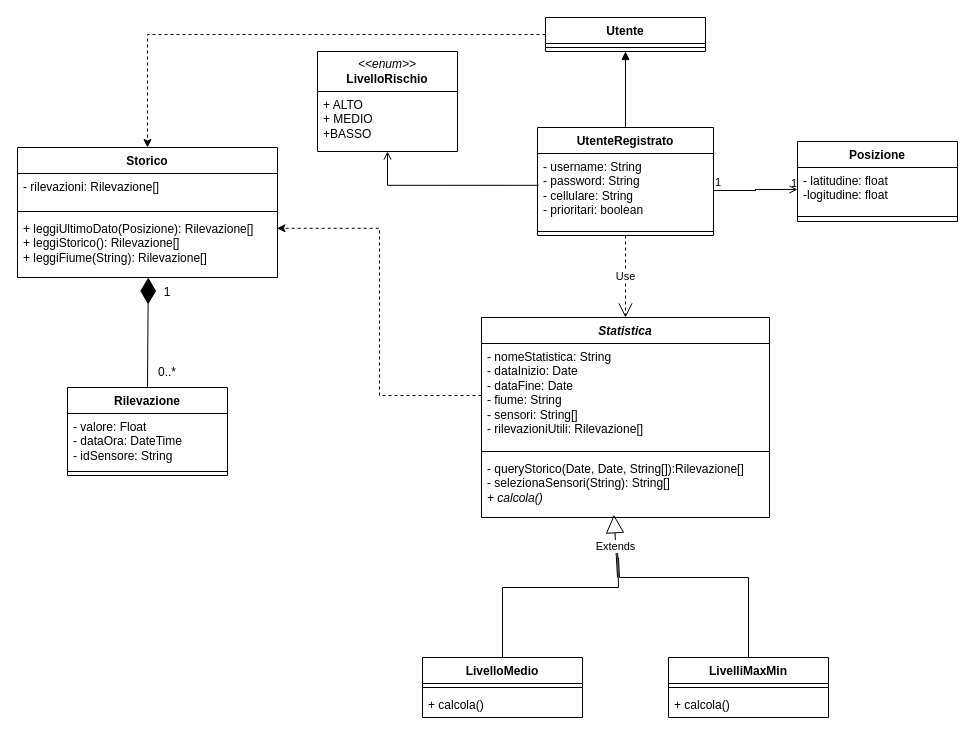
The draw.io diagram DominioUtenteSpec.drawio in MirkoTonelli/Ing, before the edit. Source tidied: cells renumbered, new cells numbered last; positions are measured from the earlier drawing's top-left corner, leaving out a move shared by most shapes. Both pictures are drawn from the tidied source at 100%, with x=0, y=0 at pixel (17, 17).
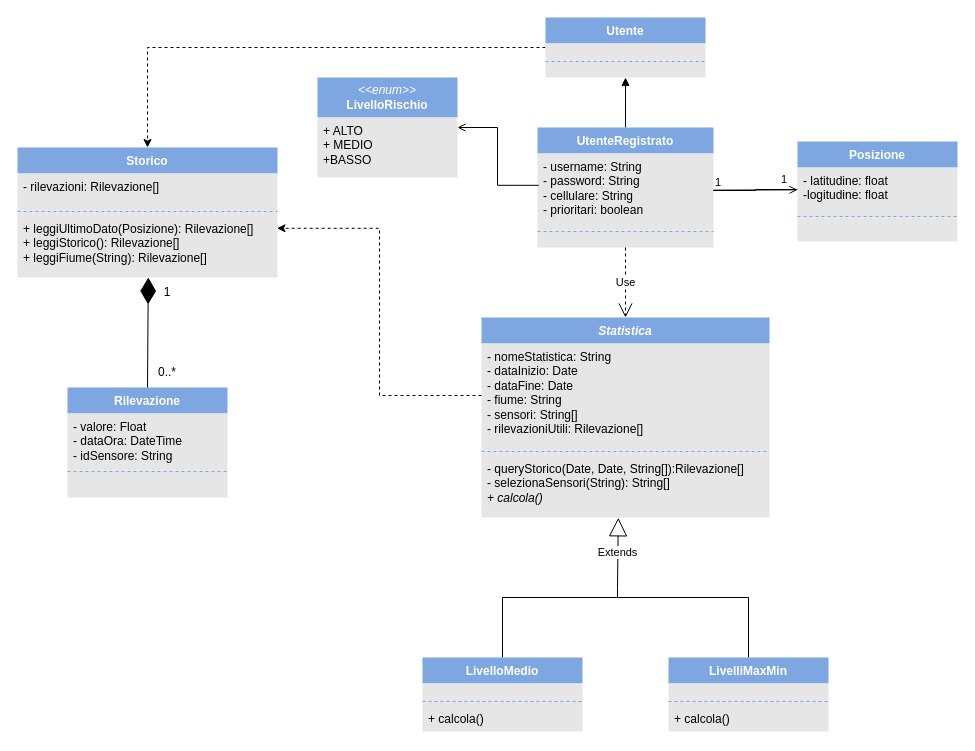
The same page after the edit.

The change refers to these unchanged cells:
```xml
<mxCell id="7" value="- username: String&lt;div&gt;- password: String&lt;/div&gt;&lt;div&gt;- cellulare: String&lt;/div&gt;&lt;div&gt;- prioritari: boolean&lt;/div&gt;" style="text;strokeColor=none;fillColor=none;align=left;verticalAlign=top;spacingLeft=4;spacingRight=4;overflow=hidden;points=[[0,0.5],[1,0.5]];portConstraint=eastwest;whiteSpace=wrap;html=1;" parent="6" vertex="1">
  <mxGeometry y="26" width="176" height="74" as="geometry" />
</mxCell>
<mxCell id="9" style="endArrow=none;html=1;edgeStyle=orthogonalEdgeStyle;rounded=0;exitX=1;exitY=0.5;exitDx=0;exitDy=0;entryX=0;entryY=0.5;entryDx=0;entryDy=0;" parent="1" edge="1" source="7" target="13">
  <mxGeometry relative="1" as="geometry" />
</mxCell>
<mxCell id="13" value="- latitudine: float&lt;div&gt;-logitudine: float&lt;/div&gt;" style="text;strokeColor=none;fillColor=none;align=left;verticalAlign=top;spacingLeft=4;spacingRight=4;overflow=hidden;points=[[0,0.5],[1,0.5]];portConstraint=eastwest;whiteSpace=wrap;html=1;" parent="12" vertex="1">
  <mxGeometry y="26" width="160" height="44" as="geometry" />
</mxCell>
<mxCell id="19" value="&lt;div&gt;- queryStorico(Date, Date, String[]):Rilevazione[]&lt;/div&gt;&lt;div&gt;- selezionaSensori(String): String[]&lt;/div&gt;&lt;i&gt;+ calcola()&lt;/i&gt;&lt;div&gt;&lt;i&gt;&lt;br&gt;&lt;/i&gt;&lt;/div&gt;" style="text;strokeColor=none;fillColor=none;align=left;verticalAlign=top;spacingLeft=4;spacingRight=4;overflow=hidden;points=[[0,0.5],[1,0.5]];portConstraint=eastwest;whiteSpace=wrap;html=1;" parent="16" vertex="1">
  <mxGeometry y="138" width="288" height="62" as="geometry" />
</mxCell>
```

Change to the diagram source:
```diff
@@
-    <mxCell id="3" value="Utente" style="swimlane;fontStyle=1;align=center;verticalAlign=top;horizontal=1;startSize=26;whiteSpace=wrap;html=1;" parent="1" vertex="1">
-      <mxGeometry x="528" width="160" height="34" as="geometry" />
+    <mxCell id="3" value="Utente" style="swimlane;fontStyle=1;align=center;verticalAlign=top;horizontal=1;startSize=26;whiteSpace=wrap;html=1;fillColor=#7EA6E0;swimlaneFillColor=#E6E6E6;fontColor=#FFFFFF;strokeColor=none;" parent="1" vertex="1">
+      <mxGeometry x="528" width="160" height="60" as="geometry" />
     </mxCell>
+    <mxCell id="44" style="line;strokeWidth=1;fillColor=none;align=left;verticalAlign=middle;spacingTop=-1;spacingLeft=3;spacingRight=3;labelPosition=right;strokeColor=none;dashed=1;" parent="3" vertex="1">
+      <mxGeometry y="26" width="160" height="14" as="geometry" />
+    </mxCell>
-    <mxCell id="4" style="line;strokeWidth=1;fillColor=none;align=left;verticalAlign=middle;spacingTop=-1;spacingLeft=3;spacingRight=3;labelPosition=right;strokeColor=inherit;" parent="3" vertex="1">
-      <mxGeometry y="26" width="160" height="8" as="geometry" />
+    <mxCell id="4" style="line;strokeWidth=1;fillColor=none;align=left;verticalAlign=middle;spacingTop=-1;spacingLeft=3;spacingRight=3;labelPosition=right;strokeColor=#7EA6E0;dashed=1;" parent="3" vertex="1">
+      <mxGeometry y="40" width="160" height="8" as="geometry" />
     </mxCell>
+    <mxCell id="45" style="line;strokeWidth=1;fillColor=none;align=left;verticalAlign=middle;spacingTop=-1;spacingLeft=3;spacingRight=3;labelPosition=right;strokeColor=none;dashed=1;" parent="3" vertex="1">
+      <mxGeometry y="48" width="160" height="12" as="geometry" />
+    </mxCell>
@@
-    <mxCell id="6" value="UtenteRegistrato" style="swimlane;fontStyle=1;align=center;verticalAlign=top;horizontal=1;startSize=26;whiteSpace=wrap;html=1;" parent="1" vertex="1">
-      <mxGeometry x="520" y="110" width="176" height="108" as="geometry" />
+    <mxCell id="6" value="UtenteRegistrato" style="swimlane;fontStyle=1;align=center;verticalAlign=top;horizontal=1;startSize=26;whiteSpace=wrap;html=1;fillColor=#7EA6E0;swimlaneFillColor=#E6E6E6;fontColor=#FFFFFF;strokeColor=none;" parent="1" vertex="1">
+      <mxGeometry x="520" y="110" width="176" height="120" as="geometry" />
     </mxCell>
@@
+    <mxCell id="46" style="line;strokeWidth=1;fillColor=none;align=left;verticalAlign=middle;spacingTop=-1;spacingLeft=3;spacingRight=3;labelPosition=right;strokeColor=#7EA6E0;dashed=1;" parent="6" vertex="1">
+      <mxGeometry y="100" width="176" height="8" as="geometry" />
+    </mxCell>
-    <mxCell id="8" style="line;strokeWidth=1;fillColor=none;align=left;verticalAlign=middle;spacingTop=-1;spacingLeft=3;spacingRight=3;labelPosition=right;strokeColor=inherit;" parent="6" vertex="1">
-      <mxGeometry y="100" width="176" height="8" as="geometry" />
+    <mxCell id="8" style="line;strokeWidth=1;fillColor=none;align=left;verticalAlign=middle;spacingTop=-1;spacingLeft=3;spacingRight=3;labelPosition=right;strokeColor=none;dashed=1;" parent="6" vertex="1">
+      <mxGeometry y="108" width="176" height="12" as="geometry" />
     </mxCell>
@@
     <mxCell id="11" value="1" style="edgeLabel;html=1;align=right;verticalAlign=bottom;" parent="9" vertex="1">
       <mxGeometry x="1" relative="1" as="geometry">
-        <mxPoint y="2" as="offset" />
+        <mxPoint x="-10" y="-2" as="offset" />
       </mxGeometry>
     </mxCell>
-    <mxCell id="12" value="Posizione" style="swimlane;fontStyle=1;align=center;verticalAlign=top;horizontal=1;startSize=26;whiteSpace=wrap;html=1;" parent="1" vertex="1">
-      <mxGeometry x="780" y="124" width="160" height="80" as="geometry" />
+    <mxCell id="12" value="Posizione" style="swimlane;fontStyle=1;align=center;verticalAlign=top;horizontal=1;startSize=26;whiteSpace=wrap;html=1;fillColor=#7EA6E0;swimlaneFillColor=#E6E6E6;fontColor=#FFFFFF;strokeColor=none;" parent="1" vertex="1">
+      <mxGeometry x="780" y="124" width="160" height="100" as="geometry" />
     </mxCell>
@@
-    <mxCell id="14" style="line;strokeWidth=1;fillColor=none;align=left;verticalAlign=middle;spacingTop=-1;spacingLeft=3;spacingRight=3;labelPosition=right;strokeColor=inherit;" parent="12" vertex="1">
+    <mxCell id="14" style="line;strokeWidth=1;fillColor=none;align=left;verticalAlign=middle;spacingTop=-1;spacingLeft=3;spacingRight=3;labelPosition=right;strokeColor=#7EA6E0;dashed=1;" parent="12" vertex="1">
       <mxGeometry y="70" width="160" height="10" as="geometry" />
     </mxCell>
+    <mxCell id="47" style="line;strokeWidth=1;fillColor=none;align=left;verticalAlign=middle;spacingTop=-1;spacingLeft=3;spacingRight=3;labelPosition=right;strokeColor=none;dashed=1;" parent="12" vertex="1">
+      <mxGeometry y="80" width="160" height="20" as="geometry" />
+    </mxCell>
@@
-    <mxCell id="16" value="&lt;i&gt;Statistica&lt;/i&gt;" style="swimlane;fontStyle=1;align=center;verticalAlign=top;horizontal=1;startSize=26;whiteSpace=wrap;html=1;" parent="1" vertex="1">
+    <mxCell id="16" value="&lt;i&gt;Statistica&lt;/i&gt;" style="swimlane;fontStyle=1;align=center;verticalAlign=top;horizontal=1;startSize=26;whiteSpace=wrap;html=1;fillColor=#7EA6E0;swimlaneFillColor=#E6E6E6;fontColor=#FFFFFF;strokeColor=none;" parent="1" vertex="1">
       <mxGeometry x="464" y="300" width="288" height="200" as="geometry" />
     </mxCell>
@@
-    <mxCell id="18" style="line;strokeWidth=1;fillColor=none;align=left;verticalAlign=middle;spacingTop=-1;spacingLeft=3;spacingRight=3;labelPosition=right;strokeColor=inherit;" parent="16" vertex="1">
+    <mxCell id="18" style="line;strokeWidth=1;fillColor=none;align=left;verticalAlign=middle;spacingTop=-1;spacingLeft=3;spacingRight=3;labelPosition=right;strokeColor=#7EA6E0;dashed=1;" parent="16" vertex="1">
       <mxGeometry y="130" width="288" height="8" as="geometry" />
     </mxCell>
@@
-    <mxCell id="20" value="Storico" style="swimlane;fontStyle=1;align=center;verticalAlign=top;horizontal=1;startSize=26;whiteSpace=wrap;html=1;" parent="1" vertex="1">
+    <mxCell id="20" value="Storico" style="swimlane;fontStyle=1;align=center;verticalAlign=top;horizontal=1;startSize=26;whiteSpace=wrap;html=1;fillColor=#7EA6E0;swimlaneFillColor=#E6E6E6;fontColor=#FFFFFF;strokeColor=none;" parent="1" vertex="1">
       <mxGeometry y="130" width="260" height="130" as="geometry" />
     </mxCell>
@@
-    <mxCell id="22" style="line;strokeWidth=1;fillColor=none;align=left;verticalAlign=middle;spacingTop=-1;spacingLeft=3;spacingRight=3;labelPosition=right;strokeColor=inherit;" parent="20" vertex="1">
+    <mxCell id="22" style="line;strokeWidth=1;fillColor=none;align=left;verticalAlign=middle;spacingTop=-1;spacingLeft=3;spacingRight=3;labelPosition=right;strokeColor=#7EA6E0;dashed=1;" parent="20" vertex="1">
       <mxGeometry y="60" width="260" height="8" as="geometry" />
     </mxCell>
@@
-    <mxCell id="24" value="Rilevazione" style="swimlane;fontStyle=1;align=center;verticalAlign=top;horizontal=1;startSize=26;whiteSpace=wrap;html=1;" parent="1" vertex="1">
-      <mxGeometry x="50" y="370" width="160" height="88" as="geometry" />
+    <mxCell id="24" value="Rilevazione" style="swimlane;fontStyle=1;align=center;verticalAlign=top;horizontal=1;startSize=26;whiteSpace=wrap;html=1;fillColor=#7EA6E0;swimlaneFillColor=#E6E6E6;fontColor=#FFFFFF;strokeColor=none;" parent="1" vertex="1">
+      <mxGeometry x="50" y="370" width="160" height="110" as="geometry" />
     </mxCell>
@@
+    <mxCell id="48" style="line;strokeWidth=1;fillColor=none;align=left;verticalAlign=middle;spacingTop=-1;spacingLeft=3;spacingRight=3;labelPosition=right;strokeColor=#7EA6E0;dashed=1;" parent="24" vertex="1">
+      <mxGeometry y="80" width="160" height="8" as="geometry" />
+    </mxCell>
-    <mxCell id="26" style="line;strokeWidth=1;fillColor=none;align=left;verticalAlign=middle;spacingTop=-1;spacingLeft=3;spacingRight=3;labelPosition=right;strokeColor=inherit;" parent="24" vertex="1">
-      <mxGeometry y="80" width="160" height="8" as="geometry" />
+    <mxCell id="26" style="line;strokeWidth=1;fillColor=none;align=left;verticalAlign=middle;spacingTop=-1;spacingLeft=3;spacingRight=3;labelPosition=right;strokeColor=none;dashed=1;" parent="24" vertex="1">
+      <mxGeometry y="88" width="160" height="22" as="geometry" />
     </mxCell>
@@
-    <mxCell id="28" style="edgeStyle=orthogonalEdgeStyle;rounded=0;jettySize=auto;html=1;endArrow=none;startFill=0;" parent="1" edge="1" source="29">
-      <mxGeometry relative="1" as="geometry">
-        <mxPoint x="600" y="530" as="targetPoint" />
-        <Array as="points">
-          <mxPoint x="485" y="570" />
-          <mxPoint x="601" y="570" />
-        </Array>
-      </mxGeometry>
-    </mxCell>
+    <mxCell id="49" style="edgeStyle=orthogonalEdgeStyle;rounded=0;jettySize=auto;html=1;endArrow=none;startFill=0;" parent="1" edge="1" source="29">
+      <mxGeometry relative="1" as="geometry">
+        <mxPoint x="600" y="570" as="targetPoint" />
+        <Array as="points">
+          <mxPoint x="485" y="580" />
+          <mxPoint x="600" y="580" />
+        </Array>
+      </mxGeometry>
+    </mxCell>
-    <mxCell id="29" value="LivelloMedio" style="swimlane;fontStyle=1;align=center;verticalAlign=top;horizontal=1;startSize=26;whiteSpace=wrap;html=1;" parent="1" vertex="1">
-      <mxGeometry x="405" y="640" width="160" height="60" as="geometry" />
+    <mxCell id="29" value="LivelloMedio" style="swimlane;fontStyle=1;align=center;verticalAlign=top;horizontal=1;startSize=26;whiteSpace=wrap;html=1;fillColor=#7EA6E0;swimlaneFillColor=#E6E6E6;fontColor=#FFFFFF;strokeColor=none;" parent="1" vertex="1">
+      <mxGeometry x="405" y="640" width="160" height="74" as="geometry" />
     </mxCell>
-    <mxCell id="30" style="line;strokeWidth=1;fillColor=none;align=left;verticalAlign=middle;spacingTop=-1;spacingLeft=3;spacingRight=3;labelPosition=right;strokeColor=inherit;" parent="29" vertex="1">
-      <mxGeometry y="26" width="160" height="8" as="geometry" />
+    <mxCell id="30" style="line;strokeWidth=1;fillColor=none;align=left;verticalAlign=middle;spacingTop=-1;spacingLeft=3;spacingRight=3;labelPosition=right;strokeColor=none;dashed=1;" parent="29" vertex="1">
+      <mxGeometry y="26" width="160" height="14" as="geometry" />
     </mxCell>
+    <mxCell id="50" style="line;strokeWidth=1;fillColor=none;align=left;verticalAlign=middle;spacingTop=-1;spacingLeft=3;spacingRight=3;labelPosition=right;strokeColor=#7EA6E0;dashed=1;" parent="29" vertex="1">
+      <mxGeometry y="40" width="160" height="8" as="geometry" />
+    </mxCell>
     <mxCell id="31" value="+ calcola()" style="text;strokeColor=none;fillColor=none;align=left;verticalAlign=top;spacingLeft=4;spacingRight=4;overflow=hidden;whiteSpace=wrap;html=1;" parent="29" vertex="1">
-      <mxGeometry y="34" width="160" height="26" as="geometry" />
+      <mxGeometry y="48" width="160" height="26" as="geometry" />
     </mxCell>
-    <mxCell id="32" style="edgeStyle=orthogonalEdgeStyle;rounded=0;jettySize=auto;html=1;endArrow=none;startFill=0;" parent="1" edge="1" source="33">
-      <mxGeometry relative="1" as="geometry">
-        <mxPoint x="601" y="540" as="targetPoint" />
-        <Array as="points">
-          <mxPoint x="731" y="560" />
-          <mxPoint x="602" y="560" />
-        </Array>
-      </mxGeometry>
-    </mxCell>
+    <mxCell id="51" style="edgeStyle=orthogonalEdgeStyle;rounded=0;jettySize=auto;html=1;endArrow=none;startFill=0;" parent="1" edge="1" source="33">
+      <mxGeometry relative="1" as="geometry">
+        <mxPoint x="600" y="580" as="targetPoint" />
+        <Array as="points">
+          <mxPoint x="731" y="580" />
+        </Array>
+      </mxGeometry>
+    </mxCell>
-    <mxCell id="33" value="LivelliMaxMin" style="swimlane;fontStyle=1;align=center;verticalAlign=top;horizontal=1;startSize=26;whiteSpace=wrap;html=1;" parent="1" vertex="1">
-      <mxGeometry x="651" y="640" width="160" height="60" as="geometry" />
+    <mxCell id="33" value="LivelliMaxMin" style="swimlane;fontStyle=1;align=center;verticalAlign=top;horizontal=1;startSize=26;whiteSpace=wrap;html=1;fillColor=#7EA6E0;swimlaneFillColor=#E6E6E6;fontColor=#FFFFFF;strokeColor=none;" parent="1" vertex="1">
+      <mxGeometry x="651" y="640" width="160" height="74" as="geometry" />
     </mxCell>
-    <mxCell id="34" style="line;strokeWidth=1;fillColor=none;align=left;verticalAlign=middle;spacingTop=-1;spacingLeft=3;spacingRight=3;labelPosition=right;strokeColor=inherit;" parent="33" vertex="1">
-      <mxGeometry y="26" width="160" height="8" as="geometry" />
+    <mxCell id="34" style="line;strokeWidth=1;fillColor=none;align=left;verticalAlign=middle;spacingTop=-1;spacingLeft=3;spacingRight=3;labelPosition=right;strokeColor=none;dashed=1;" parent="33" vertex="1">
+      <mxGeometry y="26" width="160" height="14" as="geometry" />
     </mxCell>
+    <mxCell id="52" style="line;strokeWidth=1;fillColor=none;align=left;verticalAlign=middle;spacingTop=-1;spacingLeft=3;spacingRight=3;labelPosition=right;strokeColor=#7EA6E0;dashed=1;" parent="33" vertex="1">
+      <mxGeometry y="40" width="160" height="8" as="geometry" />
+    </mxCell>
     <mxCell id="35" value="+ calcola()" style="text;strokeColor=none;fillColor=none;align=left;verticalAlign=top;spacingLeft=4;spacingRight=4;overflow=hidden;whiteSpace=wrap;html=1;" parent="33" vertex="1">
-      <mxGeometry y="34" width="160" height="26" as="geometry" />
+      <mxGeometry y="48" width="160" height="26" as="geometry" />
     </mxCell>
@@
-    <mxCell id="39" value="&lt;i&gt;&amp;lt;&amp;lt;enum&amp;gt;&amp;gt;&lt;/i&gt;&lt;div&gt;&lt;b&gt;LivelloRischio&lt;/b&gt;&lt;/div&gt;" style="swimlane;fontStyle=0;horizontal=1;startSize=40;fillColor=none;whiteSpace=wrap;html=1;" parent="1" vertex="1">
-      <mxGeometry x="300" y="34" width="140" height="100" as="geometry" />
+    <mxCell id="39" value="&lt;i&gt;&amp;lt;&amp;lt;enum&amp;gt;&amp;gt;&lt;/i&gt;&lt;div&gt;&lt;b&gt;LivelloRischio&lt;/b&gt;&lt;/div&gt;" style="swimlane;fontStyle=0;horizontal=1;startSize=40;fillColor=#7EA6E0;whiteSpace=wrap;html=1;swimlaneFillColor=#E6E6E6;fontColor=#FFFFFF;strokeColor=none;" parent="1" vertex="1">
+      <mxGeometry x="300" y="60" width="140" height="100" as="geometry" />
     </mxCell>
@@
-    <mxCell id="41" value="Extends" style="endArrow=block;endSize=16;endFill=0;html=1;rounded=0;entryX=0.46;entryY=0.955;entryDx=0;entryDy=0;entryPerimeter=0;" parent="1" edge="1" target="19">
-      <mxGeometry relative="1" as="geometry">
-        <mxPoint x="600" y="560" as="sourcePoint" />
-      </mxGeometry>
-    </mxCell>
-    <mxCell id="42" style="edgeStyle=orthogonalEdgeStyle;rounded=0;jettySize=auto;html=1;endArrow=open;startFill=0;endFill=0;" parent="1" edge="1" source="7" target="13">
+    <mxCell id="42" style="rounded=0;jettySize=auto;html=1;endArrow=open;startFill=0;endFill=0;" parent="1" edge="1" source="7" target="13">
       <mxGeometry relative="1" as="geometry" />
     </mxCell>
@@
+    <mxCell id="41" value="Extends" style="endArrow=block;endSize=16;endFill=0;html=1;rounded=0;entryX=0.475;entryY=1.005;entryDx=0;entryDy=0;entryPerimeter=0;" parent="1" edge="1" target="19">
+      <mxGeometry relative="1" as="geometry">
+        <mxPoint x="600" y="570" as="sourcePoint" />
+      </mxGeometry>
+    </mxCell>
```
